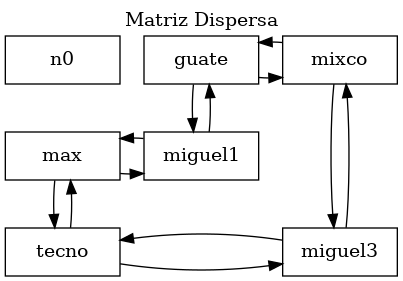
This is src/Reportes/matriz.png from miguel-tubac/-EDD-Proyecto1_202101927, a Graphviz export, as it was before one commit. Its source is kept beside it as src/Reportes/matriz.dot.
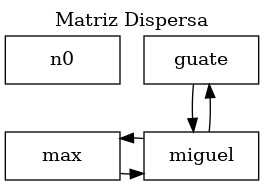
The same diagram one commit later.

Change to the diagram source:
```diff
@@ -5,21 +5,12 @@
 n0 -> n2 -> n0 [color=transparent];
 	n2 [label="guate" group=0];
 	n2 -> n1 -> n2;
-	n1 [label = "miguel1" group=0];
-	n2 -> n5 -> n2;
-	n5 [label="mixco" group=1];
-	n5 -> n4 -> n5;
-	n4 [label = "miguel3" group=1];
+	n1 [label = "miguel" group=0];
 	n0 -> n3 -> n0 [color=transparent];
 	n3 [label="max" group=0];
 	n3 -> n1 -> n3;
-	n1 [label="miguel1" group=0];
-	n3 -> n6 -> n3;
-	n6 [label="tecno" group=0];
-	n6 -> n4 -> n6;
-	n4 [label="miguel3" group=1];
-	{ rank=same; n0; n2; n5; }
+	n1 [label="miguel" group=0];
+	{ rank=same; n0; n2; }
 	{ rank=same; n3; n1; }
-	{ rank=same; n6; n4; }
 
 }
```
